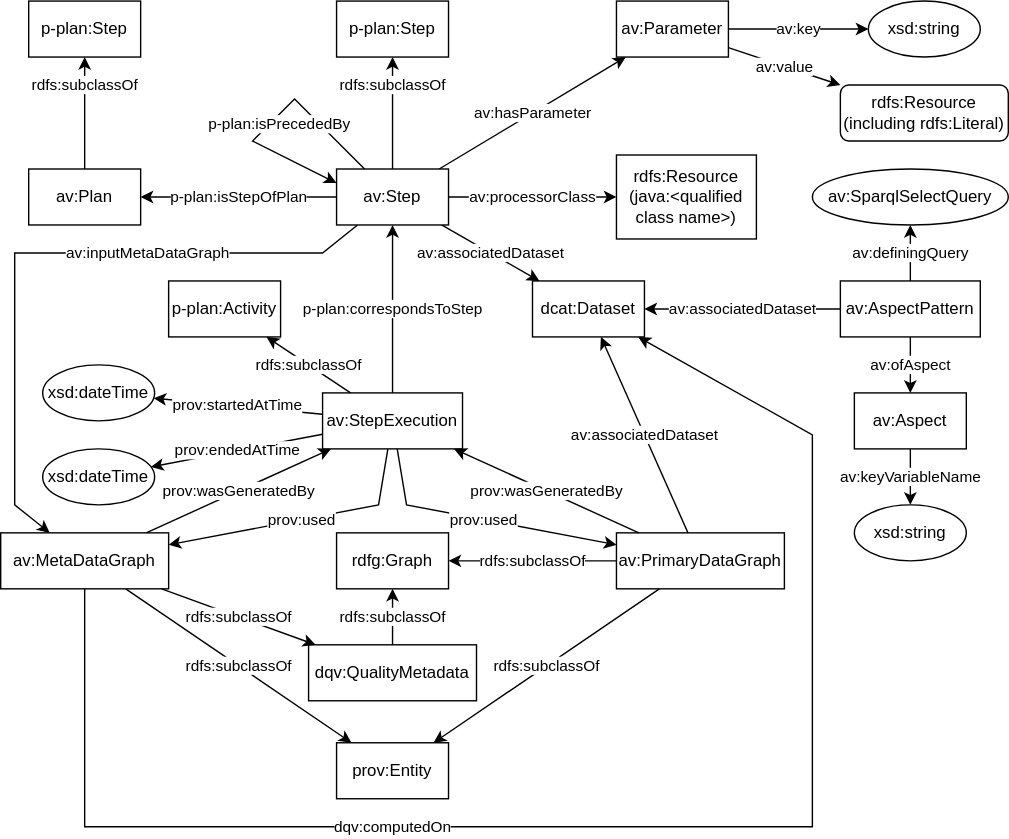
The draw.io diagram executionGraph.svg in fusion-jena/abecto-vocabulary, before a commit. Source tidied: cells renumbered, new cells last; positions are measured from the earlier drawing's top-left corner, leaving out a move shared by most shapes.
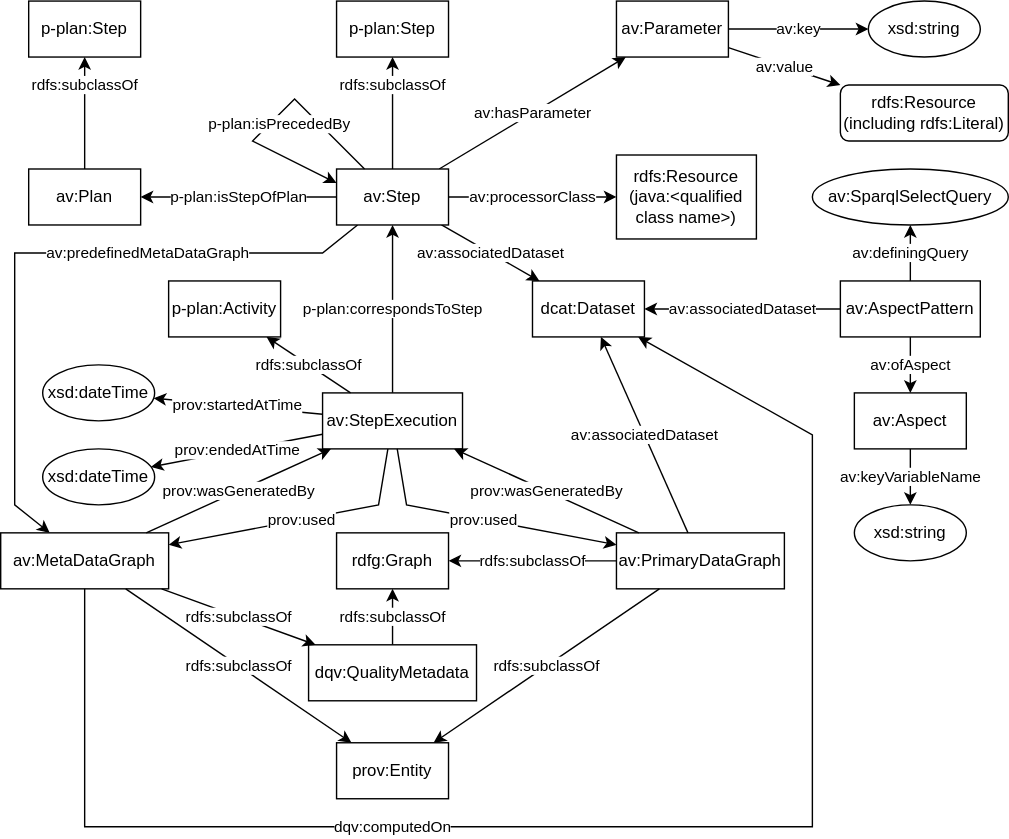
The same file after the commit.

Commit message:
improve property naming

Diff of the diagram source:
```diff
@@ -11,7 +11,7 @@
     <mxCell id="4" value="av:hasParameter" style="edgeStyle=none;rounded=0;jettySize=auto;html=1;" parent="1" edge="1" source="6" target="12">
       <mxGeometry relative="1" as="geometry" />
     </mxCell>
-    <mxCell id="5" value="av:inputMetaDataGraph" style="edgeStyle=none;rounded=0;jettySize=auto;html=1;" parent="1" edge="1" source="6" target="16">
+    <mxCell id="5" value="av:predefinedMetaDataGraph" style="edgeStyle=none;rounded=0;jettySize=auto;html=1;" parent="1" edge="1" source="6" target="16">
       <mxGeometry x="-0.32" relative="1" as="geometry">
         <Array as="points">
           <mxPoint x="230" y="180" />
```
